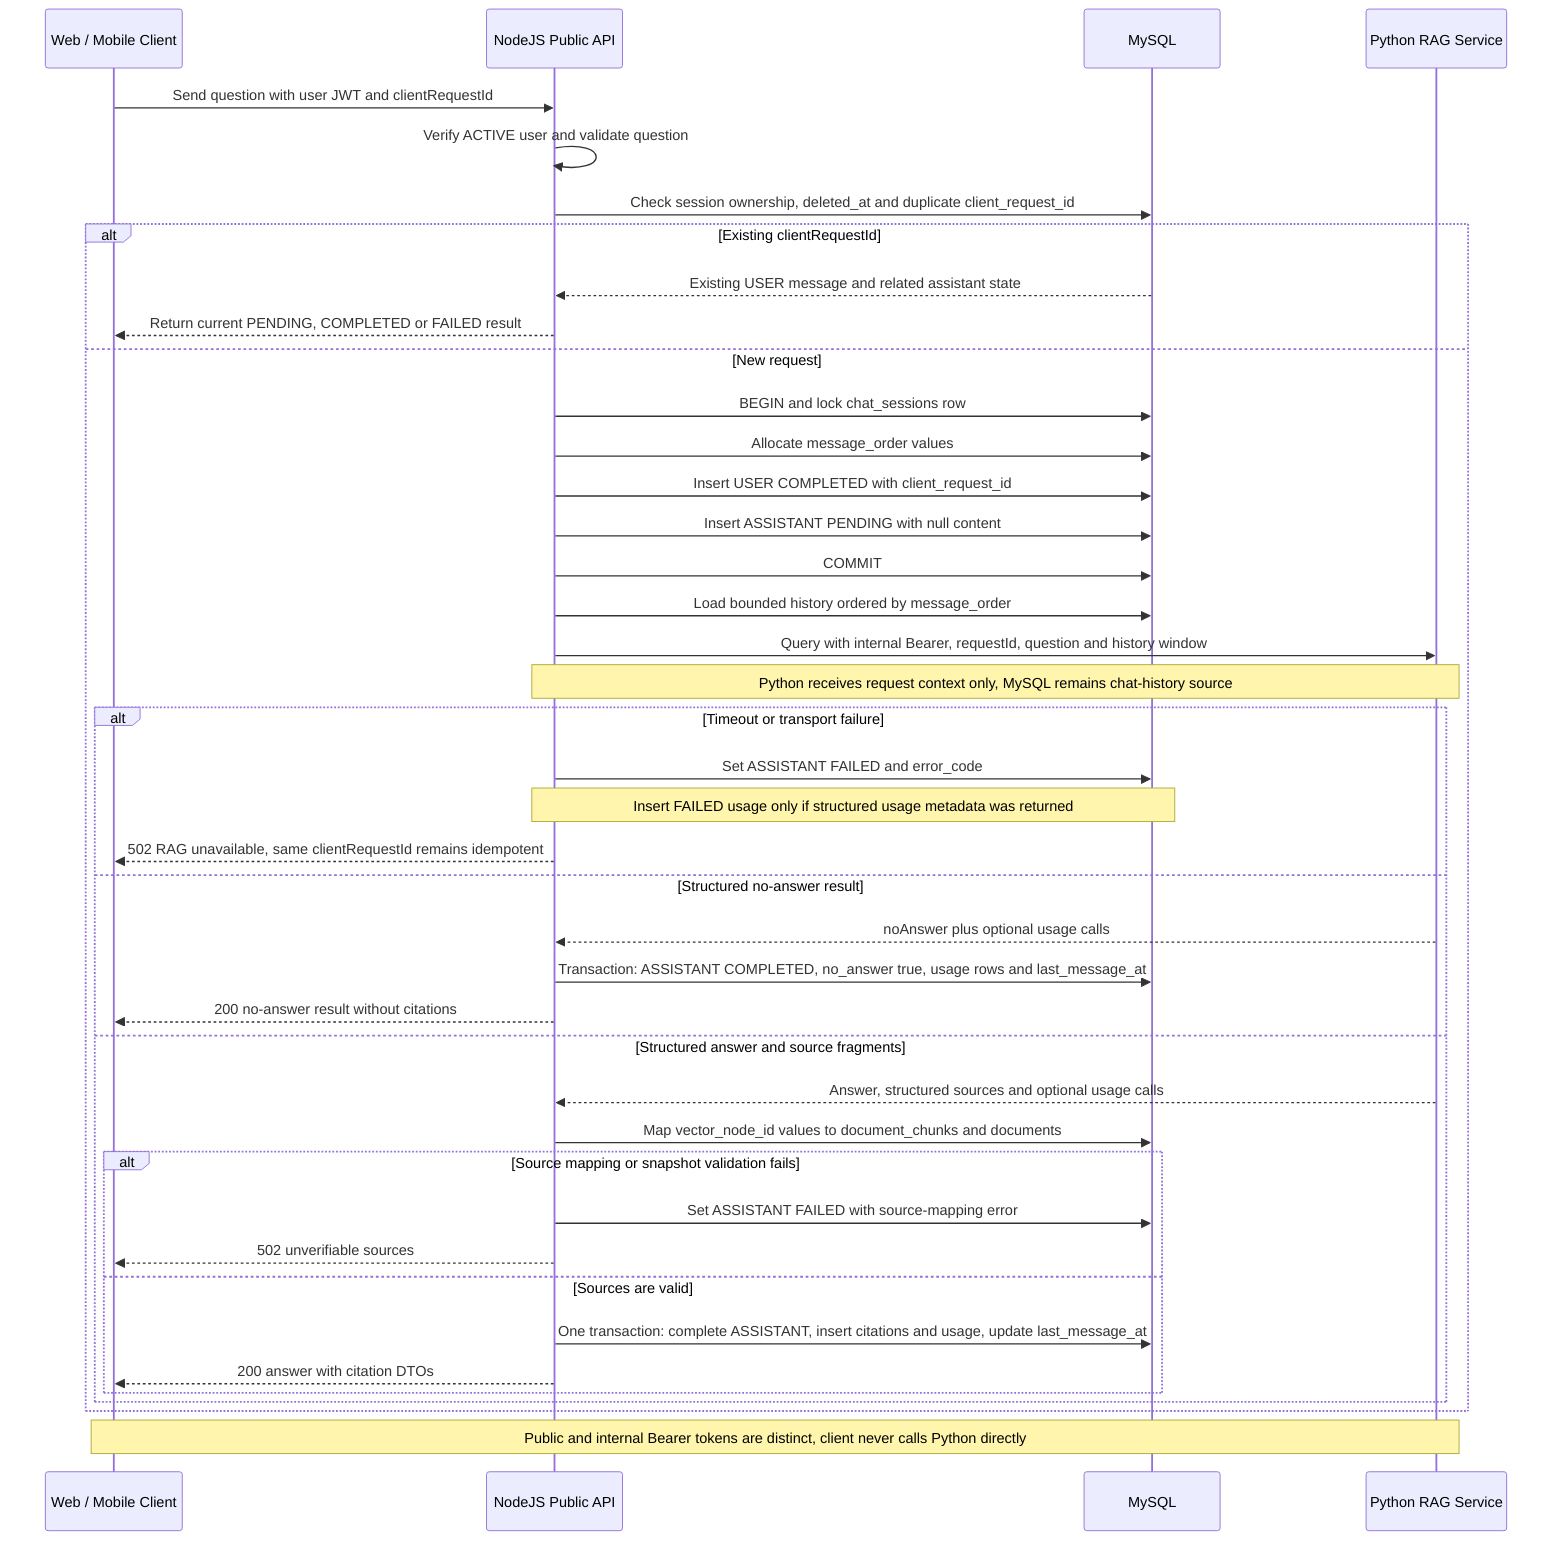
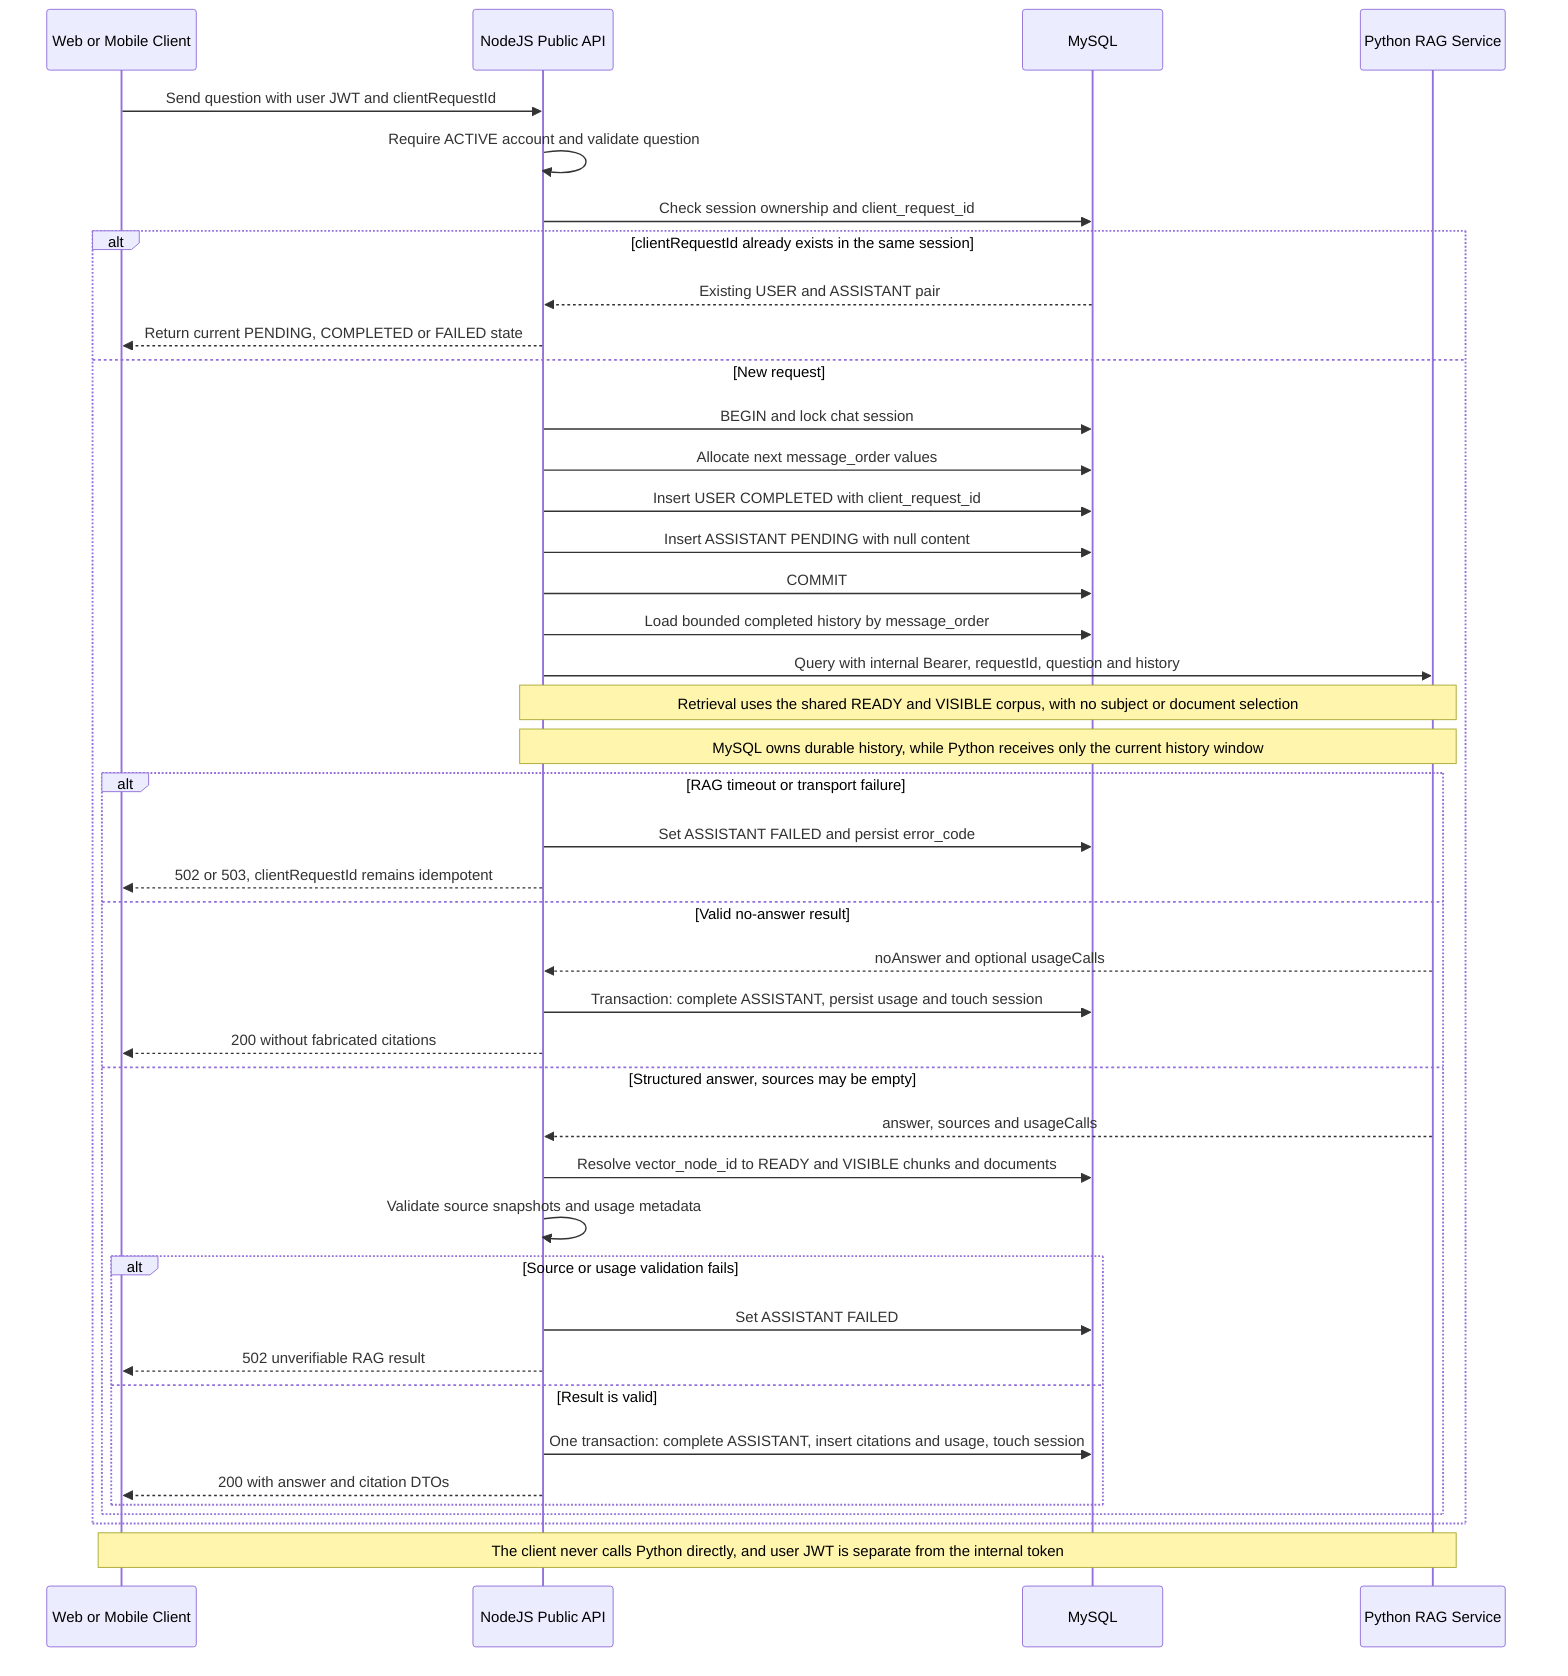
- %% 06 Chat RAG | Status: MVP IMPLEMENTED with mock/remote adapter
+ %% 06 Chat RAG | Detailed NodeJS/Core flow
sequenceDiagram
-   participant Client as Web / Mobile Client
+   participant Client as Web or Mobile Client
  participant Node as NodeJS Public API
  participant DB as MySQL
  participant RAG as Python RAG Service

  Client->>Node: Send question with user JWT and clientRequestId
-   Node->>Node: Verify ACTIVE user and validate question
-   Node->>DB: Check session ownership, deleted_at and duplicate client_request_id
-   alt Existing clientRequestId
-     DB-->>Node: Existing USER message and related assistant state
-     Node-->>Client: Return current PENDING, COMPLETED or FAILED result
+   Node->>Node: Require ACTIVE account and validate question
+   Node->>DB: Check session ownership and client_request_id
+   alt clientRequestId already exists in the same session
+     DB-->>Node: Existing USER and ASSISTANT pair
+     Node-->>Client: Return current PENDING, COMPLETED or FAILED state
  else New request
-     Node->>DB: BEGIN and lock chat_sessions row
-     Node->>DB: Allocate message_order values
+     Node->>DB: BEGIN and lock chat session
+     Node->>DB: Allocate next message_order values
    Node->>DB: Insert USER COMPLETED with client_request_id
    Node->>DB: Insert ASSISTANT PENDING with null content
    Node->>DB: COMMIT
-     Node->>DB: Load bounded history ordered by message_order
-     Node->>RAG: Query with internal Bearer, requestId, question and history window
-     Note over Node,RAG: Python receives request context only, MySQL remains chat-history source
-     alt Timeout or transport failure
-       Node->>DB: Set ASSISTANT FAILED and error_code
-       Note over Node,DB: Insert FAILED usage only if structured usage metadata was returned
-       Node-->>Client: 502 RAG unavailable, same clientRequestId remains idempotent
-     else Structured no-answer result
-       RAG-->>Node: noAnswer plus optional usage calls
-       Node->>DB: Transaction: ASSISTANT COMPLETED, no_answer true, usage rows and last_message_at
-       Node-->>Client: 200 no-answer result without citations
-     else Structured answer and source fragments
-       RAG-->>Node: Answer, structured sources and optional usage calls
-       Node->>DB: Map vector_node_id values to document_chunks and documents
-       alt Source mapping or snapshot validation fails
-         Node->>DB: Set ASSISTANT FAILED with source-mapping error
-         Node-->>Client: 502 unverifiable sources
-       else Sources are valid
-         Node->>DB: One transaction: complete ASSISTANT, insert citations and usage, update last_message_at
-         Node-->>Client: 200 answer with citation DTOs
+     Node->>DB: Load bounded completed history by message_order
+     Node->>RAG: Query with internal Bearer, requestId, question and history
+     Note over Node,RAG: Retrieval uses the shared READY and VISIBLE corpus, with no subject or document selection
+     Note over Node,RAG: MySQL owns durable history, while Python receives only the current history window
+     alt RAG timeout or transport failure
+       Node->>DB: Set ASSISTANT FAILED and persist error_code
+       Node-->>Client: 502 or 503, clientRequestId remains idempotent
+     else Valid no-answer result
+       RAG-->>Node: noAnswer and optional usageCalls
+       Node->>DB: Transaction: complete ASSISTANT, persist usage and touch session
+       Node-->>Client: 200 without fabricated citations
+     else Structured answer, sources may be empty
+       RAG-->>Node: answer, sources and usageCalls
+       Node->>DB: Resolve vector_node_id to READY and VISIBLE chunks and documents
+       Node->>Node: Validate source snapshots and usage metadata
+       alt Source or usage validation fails
+         Node->>DB: Set ASSISTANT FAILED
+         Node-->>Client: 502 unverifiable RAG result
+       else Result is valid
+         Node->>DB: One transaction: complete ASSISTANT, insert citations and usage, touch session
+         Node-->>Client: 200 with answer and citation DTOs
      end
    end
  end

-   Note over Client,RAG: Public and internal Bearer tokens are distinct, client never calls Python directly
+   Note over Client,RAG: The client never calls Python directly, and user JWT is separate from the internal token
